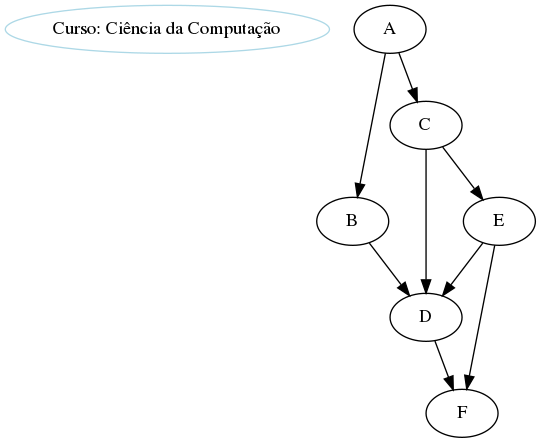
joaoadm94/tag-2019-2 keeps this Graphviz diagram as Projeto_2/grafo.dot.png. Above is the earlier version. Its source is kept beside it as Projeto_2/grafo.dot.
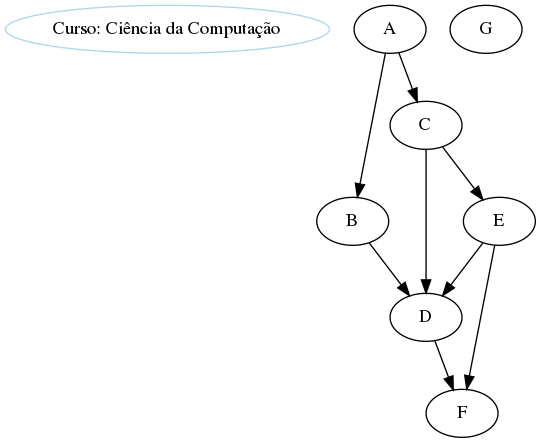
After the change.

Diff of the diagram source:
```diff
@@ -7,5 +7,6 @@
 "D" -> "F";
 "E" -> "D";
 "E" -> "F";
+"G";
 
 }
```
